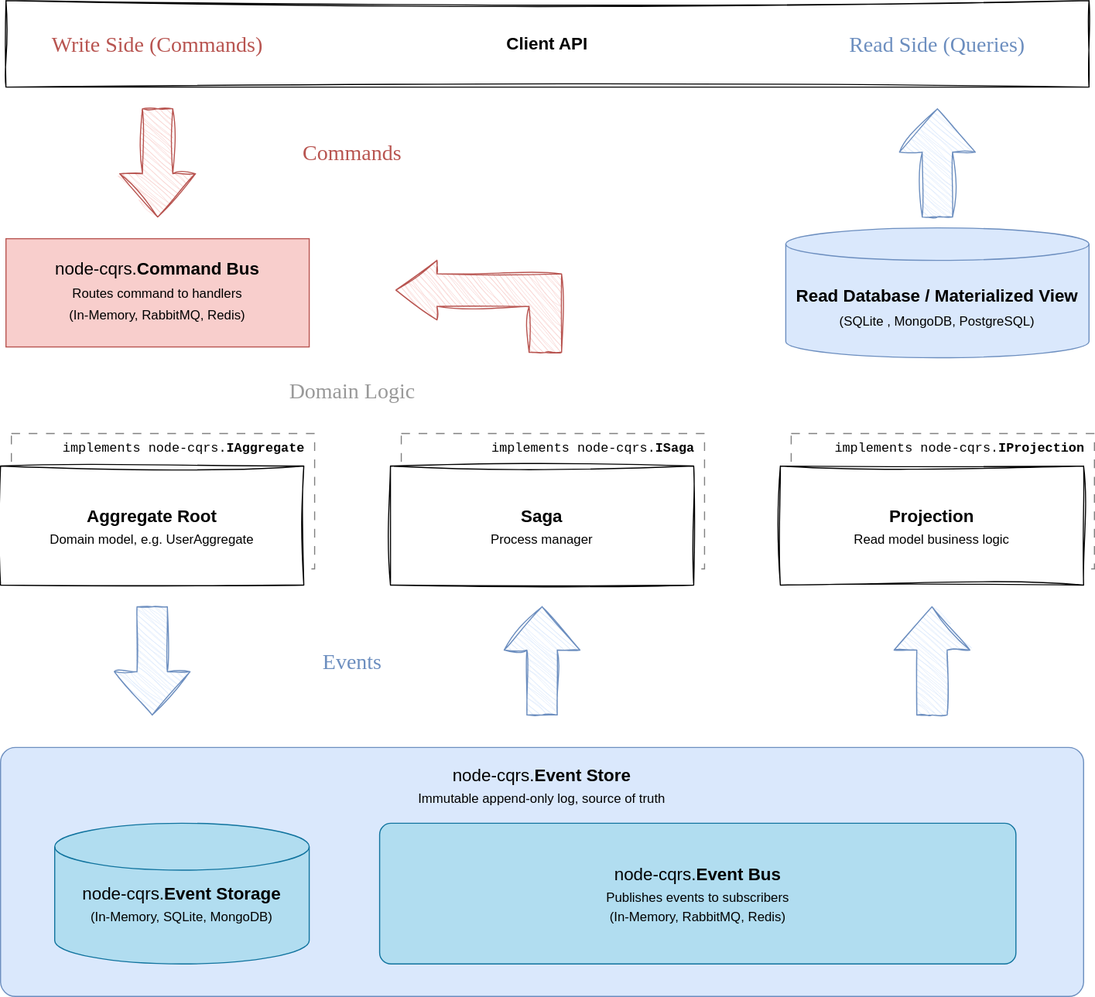
This is docs/images/node-cqrs-flow.svg from snatalenko/node-cqrs, a draw.io export, as it was before one commit. Source tidied: cells renumbered, new cells last; positions are measured from the earlier drawing's top-left corner, leaving out a move shared by most shapes.
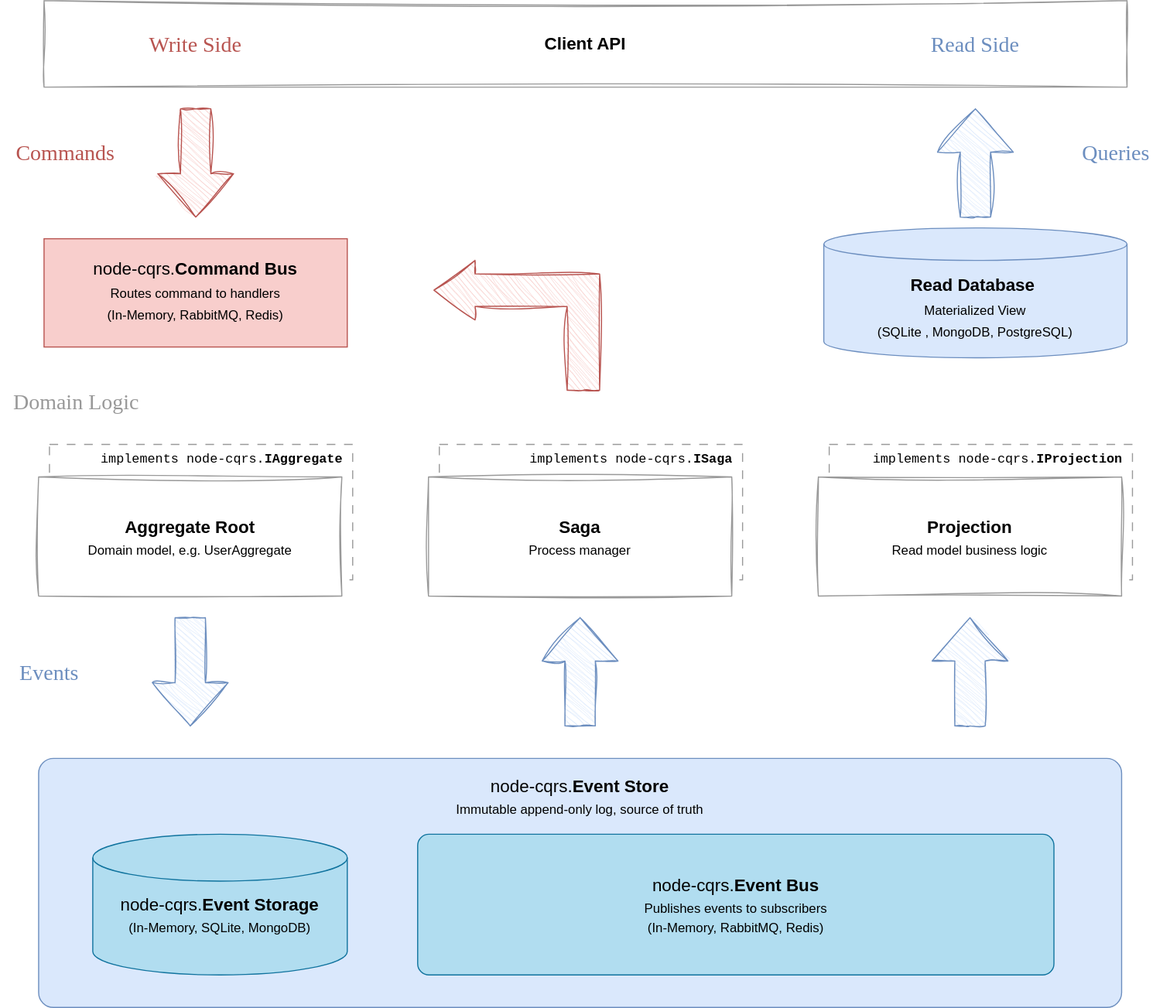
After the commit.

Commit message:
Docs: Add index.html for publishing with gh pages

Diff of the diagram source:
```diff
@@ -2,22 +2,22 @@
   <root>
     <mxCell id="0" />
     <mxCell id="1" parent="0" />
-    <mxCell id="2" value="&lt;div style=&quot;line-height: 150%;&quot;&gt;&lt;span style=&quot;background-color: transparent; color: light-dark(rgb(0, 0, 0), rgb(255, 255, 255));&quot;&gt;implements node-cqrs.&lt;b&gt;IProjection&lt;/b&gt;&lt;/span&gt;&lt;/div&gt;" style="rounded=0;whiteSpace=wrap;html=1;hachureGap=4;fontFamily=Courier New;spacingTop=0;spacingBottom=0;spacing=0;verticalAlign=top;align=right;spacingRight=9;dashed=1;dashPattern=8 8;strokeColor=#808080;fontSize=12;" parent="1" vertex="1">
+    <mxCell id="2" value="&lt;div style=&quot;line-height: 150%;&quot;&gt;&lt;span style=&quot;background-color: transparent; color: light-dark(rgb(0, 0, 0), rgb(255, 255, 255));&quot;&gt;implements node-cqrs.&lt;b&gt;IProjection&lt;/b&gt;&lt;/span&gt;&lt;/div&gt;" style="rounded=0;whiteSpace=wrap;html=1;hachureGap=4;fontFamily=Courier New;spacingTop=0;spacingBottom=0;spacing=0;verticalAlign=top;align=right;spacingRight=9;dashed=1;dashPattern=8 8;strokeColor=#999999;fontSize=12;" parent="1" vertex="1">
       <mxGeometry x="730" y="400" width="280" height="125" as="geometry" />
     </mxCell>
-    <mxCell id="3" value="&lt;div style=&quot;line-height: 150%;&quot;&gt;&lt;span style=&quot;background-color: transparent; color: light-dark(rgb(0, 0, 0), rgb(255, 255, 255));&quot;&gt;implements node-cqrs.&lt;b&gt;ISaga&lt;/b&gt;&lt;/span&gt;&lt;/div&gt;" style="rounded=0;whiteSpace=wrap;html=1;hachureGap=4;fontFamily=Courier New;spacingTop=0;spacingBottom=0;spacing=0;verticalAlign=top;align=right;spacingRight=9;dashed=1;dashPattern=8 8;strokeColor=#808080;fontSize=12;" parent="1" vertex="1">
+    <mxCell id="3" value="&lt;div style=&quot;line-height: 150%;&quot;&gt;&lt;span style=&quot;background-color: transparent; color: light-dark(rgb(0, 0, 0), rgb(255, 255, 255));&quot;&gt;implements node-cqrs.&lt;b&gt;ISaga&lt;/b&gt;&lt;/span&gt;&lt;/div&gt;" style="rounded=0;whiteSpace=wrap;html=1;hachureGap=4;fontFamily=Courier New;spacingTop=0;spacingBottom=0;spacing=0;verticalAlign=top;align=right;spacingRight=9;dashed=1;dashPattern=8 8;strokeColor=#999999;fontSize=12;" parent="1" vertex="1">
       <mxGeometry x="370" y="400" width="280" height="125" as="geometry" />
     </mxCell>
-    <mxCell id="4" value="&lt;div style=&quot;line-height: 150%;&quot;&gt;&lt;span style=&quot;background-color: transparent; color: light-dark(rgb(0, 0, 0), rgb(255, 255, 255));&quot;&gt;implements node-cqrs.&lt;b&gt;IAggregate&lt;/b&gt;&lt;/span&gt;&lt;/div&gt;" style="rounded=0;whiteSpace=wrap;html=1;hachureGap=4;fontFamily=Courier New;spacingTop=0;spacingBottom=0;spacing=0;verticalAlign=top;align=right;spacingRight=9;dashed=1;dashPattern=8 8;strokeColor=#808080;fontSize=12;" parent="1" vertex="1">
+    <mxCell id="4" value="&lt;div style=&quot;line-height: 150%;&quot;&gt;&lt;span style=&quot;background-color: transparent; color: light-dark(rgb(0, 0, 0), rgb(255, 255, 255));&quot;&gt;implements node-cqrs.&lt;b&gt;IAggregate&lt;/b&gt;&lt;/span&gt;&lt;/div&gt;" style="rounded=0;whiteSpace=wrap;html=1;hachureGap=4;fontFamily=Courier New;spacingTop=0;spacingBottom=0;spacing=0;verticalAlign=top;align=right;spacingRight=9;dashed=1;dashPattern=8 8;strokeColor=#999999;fontSize=12;" parent="1" vertex="1">
       <mxGeometry x="10" y="400" width="280" height="125" as="geometry" />
     </mxCell>
-    <mxCell id="5" value="Client API" style="rounded=0;whiteSpace=wrap;html=1;hachureGap=4;fontFamily=Helvetica;fontSize=16;fontStyle=1;spacingTop=0;spacingBottom=0;spacing=10;sketch=1;curveFitting=1;jiggle=2;" parent="1" vertex="1">
-      <mxGeometry x="5" width="1000" height="80" as="geometry" />
+    <mxCell id="5" value="Client API" style="rounded=0;whiteSpace=wrap;html=1;hachureGap=4;fontFamily=Helvetica;fontSize=16;fontStyle=1;spacingTop=0;spacingBottom=0;spacing=10;sketch=1;curveFitting=1;jiggle=2;strokeColor=#999999;" parent="1" vertex="1">
+      <mxGeometry x="5" y="-10" width="1000" height="80" as="geometry" />
     </mxCell>
     <mxCell id="6" value="&lt;div style=&quot;line-height: 170%;&quot;&gt;&lt;span style=&quot;font-size: 16px; background-color: transparent; color: light-dark(rgb(0, 0, 0), rgb(255, 255, 255));&quot;&gt;node-cqrs.&lt;/span&gt;&lt;b style=&quot;font-size: 16px; background-color: transparent; color: light-dark(rgb(0, 0, 0), rgb(255, 255, 255));&quot;&gt;Command Bus&lt;/b&gt;&lt;/div&gt;&lt;div style=&quot;line-height: 170%;&quot;&gt;&lt;div&gt;Routes command to handlers&lt;/div&gt;&lt;div&gt;(In-Memory, RabbitMQ, Redis)&lt;/div&gt;&lt;/div&gt;" style="rounded=0;whiteSpace=wrap;html=1;hachureGap=4;fontFamily=Helvetica;spacingTop=0;spacingBottom=0;spacing=10;fillColor=#f8cecc;strokeColor=#b85450;" parent="1" vertex="1">
-      <mxGeometry x="5" y="220" width="280" height="100" as="geometry" />
+      <mxGeometry x="5" y="210" width="280" height="100" as="geometry" />
     </mxCell>
-    <mxCell id="7" value="&lt;div style=&quot;line-height: 150%;&quot;&gt;&lt;b&gt;&lt;font style=&quot;font-size: 16px; line-height: 150%;&quot;&gt;Aggregate Root&lt;/font&gt;&lt;/b&gt;&lt;/div&gt;&lt;div style=&quot;line-height: 150%;&quot;&gt;Domain model, e.g. UserAggregate&lt;/div&gt;" style="rounded=0;whiteSpace=wrap;html=1;hachureGap=4;fontFamily=Helvetica;spacingTop=0;spacingBottom=0;spacing=10;sketch=1;curveFitting=1;jiggle=2;" parent="1" vertex="1">
+    <mxCell id="7" value="&lt;div style=&quot;line-height: 150%;&quot;&gt;&lt;b&gt;&lt;font style=&quot;font-size: 16px; line-height: 150%;&quot;&gt;Aggregate Root&lt;/font&gt;&lt;/b&gt;&lt;/div&gt;&lt;div style=&quot;line-height: 150%;&quot;&gt;Domain model, e.g. UserAggregate&lt;/div&gt;" style="rounded=0;whiteSpace=wrap;html=1;hachureGap=4;fontFamily=Helvetica;spacingTop=0;spacingBottom=0;spacing=10;sketch=1;curveFitting=1;jiggle=2;strokeColor=#999999;" parent="1" vertex="1">
       <mxGeometry y="430" width="280" height="110" as="geometry" />
     </mxCell>
     <mxCell id="8" value="&lt;div style=&quot;line-height: 150%;&quot;&gt;&lt;font style=&quot;font-size: 16px; line-height: 150%;&quot;&gt;node-cqrs.&lt;b&gt;Event Store&lt;/b&gt;&lt;/font&gt;&lt;div&gt;&lt;span style=&quot;background-color: transparent; color: light-dark(rgb(0, 0, 0), rgb(255, 255, 255));&quot;&gt;Immutable append-only log,&amp;nbsp;&lt;/span&gt;&lt;span style=&quot;background-color: transparent; color: light-dark(rgb(0, 0, 0), rgb(255, 255, 255));&quot;&gt;source of truth&lt;/span&gt;&lt;/div&gt;&lt;/div&gt;" style="rounded=1;whiteSpace=wrap;html=1;hachureGap=4;fontFamily=Helvetica;verticalAlign=top;spacingTop=0;spacingBottom=0;spacing=10;fillColor=#dae8fc;strokeColor=#6c8ebf;shadow=0;arcSize=6;" parent="1" vertex="1">
@@ -25,23 +25,23 @@
     </mxCell>
     <mxCell id="9" style="edgeStyle=orthogonalEdgeStyle;rounded=0;hachureGap=4;orthogonalLoop=1;jettySize=auto;html=1;exitX=1;exitY=0.5;exitDx=0;exitDy=0;exitPerimeter=0;fontFamily=Helvetica;spacingTop=0;spacingBottom=0;spacing=10;" parent="1" edge="1">
       <mxGeometry relative="1" as="geometry">
-        <mxPoint x="145" y="227.5" as="sourcePoint" />
-        <mxPoint x="145" y="227.5" as="targetPoint" />
+        <mxPoint x="145" y="217.5" as="sourcePoint" />
+        <mxPoint x="145" y="217.5" as="targetPoint" />
       </mxGeometry>
     </mxCell>
     <mxCell id="10" style="edgeStyle=orthogonalEdgeStyle;rounded=0;hachureGap=4;orthogonalLoop=1;jettySize=auto;html=1;exitX=1;exitY=0.5;exitDx=0;exitDy=0;exitPerimeter=0;fontFamily=Helvetica;spacingTop=0;spacingBottom=0;spacing=10;" parent="1" edge="1">
       <mxGeometry relative="1" as="geometry">
-        <mxPoint x="145" y="227.5" as="sourcePoint" />
-        <mxPoint x="145" y="227.5" as="targetPoint" />
+        <mxPoint x="145" y="217.5" as="sourcePoint" />
+        <mxPoint x="145" y="217.5" as="targetPoint" />
       </mxGeometry>
     </mxCell>
-    <mxCell id="11" value="&lt;div style=&quot;line-height: 150%;&quot;&gt;&lt;font style=&quot;font-size: 16px; line-height: 150%;&quot;&gt;&lt;b&gt;Projection&lt;/b&gt;&lt;/font&gt;&lt;div&gt;Read model business logic&lt;/div&gt;&lt;/div&gt;" style="rounded=0;whiteSpace=wrap;html=1;hachureGap=4;fontFamily=Helvetica;spacingTop=0;spacingBottom=0;spacing=10;glass=0;sketch=1;curveFitting=1;jiggle=2;" parent="1" vertex="1">
+    <mxCell id="11" value="&lt;div style=&quot;line-height: 150%;&quot;&gt;&lt;font style=&quot;font-size: 16px; line-height: 150%;&quot;&gt;&lt;b&gt;Projection&lt;/b&gt;&lt;/font&gt;&lt;div&gt;Read model business logic&lt;/div&gt;&lt;/div&gt;" style="rounded=0;whiteSpace=wrap;html=1;hachureGap=4;fontFamily=Helvetica;spacingTop=0;spacingBottom=0;spacing=10;glass=0;sketch=1;curveFitting=1;jiggle=2;strokeColor=#999999;" parent="1" vertex="1">
       <mxGeometry x="720" y="430" width="280" height="110" as="geometry" />
     </mxCell>
-    <mxCell id="12" value="&lt;div style=&quot;line-height: 170%;&quot;&gt;&lt;font style=&quot;font-size: 16px; line-height: 170%;&quot;&gt;&lt;b&gt;Read Database / Materialized View&lt;/b&gt;&lt;/font&gt;&lt;div&gt;&lt;span style=&quot;background-color: transparent; color: light-dark(rgb(0, 0, 0), rgb(255, 255, 255));&quot;&gt;(&lt;/span&gt;&lt;span style=&quot;background-color: transparent; color: light-dark(rgb(0, 0, 0), rgb(255, 255, 255));&quot;&gt;SQLite ,&amp;nbsp;&lt;/span&gt;&lt;span style=&quot;background-color: transparent; color: light-dark(rgb(0, 0, 0), rgb(255, 255, 255));&quot;&gt;MongoDB, PostgreSQL)&lt;/span&gt;&lt;/div&gt;&lt;/div&gt;" style="shape=cylinder3;whiteSpace=wrap;html=1;boundedLbl=1;backgroundOutline=1;size=15;hachureGap=4;fontFamily=Helvetica;spacingTop=0;spacingBottom=0;spacing=10;fillColor=#dae8fc;strokeColor=#6c8ebf;" parent="1" vertex="1">
-      <mxGeometry x="725" y="210" width="280" height="120" as="geometry" />
+    <mxCell id="12" value="&lt;div style=&quot;line-height: 170%;&quot;&gt;&lt;font style=&quot;font-size: 16px; line-height: 170%;&quot;&gt;&lt;b&gt;Read Database&amp;nbsp;&lt;/b&gt;&lt;/font&gt;&lt;/div&gt;&lt;div style=&quot;line-height: 170%;&quot;&gt;&lt;font style=&quot;line-height: 170%;&quot;&gt;Materialized View&lt;/font&gt;&lt;div&gt;&lt;span style=&quot;background-color: transparent; color: light-dark(rgb(0, 0, 0), rgb(255, 255, 255));&quot;&gt;(&lt;/span&gt;&lt;span style=&quot;background-color: transparent; color: light-dark(rgb(0, 0, 0), rgb(255, 255, 255));&quot;&gt;SQLite ,&amp;nbsp;&lt;/span&gt;&lt;span style=&quot;background-color: transparent; color: light-dark(rgb(0, 0, 0), rgb(255, 255, 255));&quot;&gt;MongoDB, PostgreSQL)&lt;/span&gt;&lt;/div&gt;&lt;/div&gt;" style="shape=cylinder3;whiteSpace=wrap;html=1;boundedLbl=1;backgroundOutline=1;size=15;hachureGap=4;fontFamily=Helvetica;spacingTop=0;spacingBottom=0;spacing=10;fillColor=#dae8fc;strokeColor=#6c8ebf;" parent="1" vertex="1">
+      <mxGeometry x="725" y="200" width="280" height="120" as="geometry" />
     </mxCell>
-    <mxCell id="13" value="&lt;div style=&quot;line-height: 150%;&quot;&gt;&lt;font style=&quot;font-size: 16px; line-height: 150%;&quot;&gt;&lt;b&gt;Saga&lt;/b&gt;&lt;/font&gt;&lt;div&gt;&lt;font&gt;Process manager&lt;/font&gt;&lt;/div&gt;&lt;/div&gt;" style="rounded=0;whiteSpace=wrap;html=1;hachureGap=4;fontFamily=Helvetica;spacingTop=0;spacingBottom=0;spacing=10;sketch=1;curveFitting=1;jiggle=2;" parent="1" vertex="1">
+    <mxCell id="13" value="&lt;div style=&quot;line-height: 150%;&quot;&gt;&lt;font style=&quot;font-size: 16px; line-height: 150%;&quot;&gt;&lt;b&gt;Saga&lt;/b&gt;&lt;/font&gt;&lt;div&gt;&lt;font&gt;Process manager&lt;/font&gt;&lt;/div&gt;&lt;/div&gt;" style="rounded=0;whiteSpace=wrap;html=1;hachureGap=4;fontFamily=Helvetica;spacingTop=0;spacingBottom=0;spacing=10;sketch=1;curveFitting=1;jiggle=2;strokeColor=#999999;" parent="1" vertex="1">
       <mxGeometry x="360" y="430" width="280" height="110" as="geometry" />
     </mxCell>
     <mxCell id="14" value="&lt;div style=&quot;line-height: 150%;&quot;&gt;&lt;div&gt;&lt;b&gt;&lt;font&gt;&lt;br&gt;&lt;/font&gt;&lt;/b&gt;&lt;/div&gt;&lt;font style=&quot;font-size: 16px; line-height: 150%;&quot;&gt;node-cqrs.&lt;b&gt;Event Storage&lt;/b&gt;&lt;br&gt;&lt;/font&gt;&lt;div&gt;(In-Memory, SQLite, MongoDB)&lt;/div&gt;&lt;/div&gt;" style="strokeWidth=1;html=1;shape=mxgraph.flowchart.database;whiteSpace=wrap;hachureGap=4;fontFamily=Helvetica;autosizeText=0;fontSize=12;spacingTop=0;spacingBottom=0;spacing=10;fillColor=#b1ddf0;strokeColor=#10739e;" parent="1" vertex="1">
@@ -51,13 +51,13 @@
       <mxGeometry x="350" y="760" width="587.5" height="130" as="geometry" />
     </mxCell>
     <mxCell id="16" style="html=1;shadow=0;dashed=0;align=center;verticalAlign=middle;shape=mxgraph.arrows2.bendArrow;dy=15;dx=38;notch=0;arrowHead=55;rounded=0;hachureGap=4;fontFamily=Helvetica;flipH=1;legacyAnchorPoints=0;strokeWidth=1;spacingTop=0;spacingBottom=0;spacing=10;fillColor=#f8cecc;strokeColor=#b85450;sketch=1;curveFitting=1;jiggle=2;" parent="1" vertex="1">
-      <mxGeometry x="365" y="240" width="153" height="85" as="geometry" />
+      <mxGeometry x="365" y="230" width="153" height="120" as="geometry" />
     </mxCell>
     <mxCell id="17" style="html=1;shadow=0;dashed=0;align=center;verticalAlign=middle;shape=mxgraph.arrows2.arrow;dy=0.6;dx=40;direction=south;notch=0;hachureGap=4;fontFamily=Helvetica;fillColor=#dae8fc;strokeColor=#6c8ebf;sketch=1;curveFitting=1;jiggle=2;" parent="1" vertex="1">
       <mxGeometry x="105" y="560" width="70" height="100" as="geometry" />
     </mxCell>
     <mxCell id="18" style="html=1;shadow=0;dashed=0;align=center;verticalAlign=middle;shape=mxgraph.arrows2.arrow;dy=0.6;dx=40;direction=south;notch=0;hachureGap=4;fontFamily=Helvetica;fillColor=#f8cecc;strokeColor=#b85450;sketch=1;curveFitting=1;jiggle=2;" parent="1" vertex="1">
-      <mxGeometry x="110" y="100" width="70" height="100" as="geometry" />
+      <mxGeometry x="110" y="90" width="70" height="100" as="geometry" />
     </mxCell>
     <mxCell id="19" style="html=1;shadow=0;dashed=0;align=center;verticalAlign=middle;shape=mxgraph.arrows2.arrow;dy=0.6;dx=40;direction=north;notch=0;hachureGap=4;fontFamily=Architects Daughter;fontSource=https%3A%2F%2Ffonts.googleapis.com%2Fcss%3Ffamily%3DArchitects%2BDaughter;fillColor=#dae8fc;strokeColor=#6c8ebf;sketch=1;curveFitting=1;jiggle=2;" parent="1" vertex="1">
       <mxGeometry x="465" y="560" width="70" height="100" as="geometry" />
@@ -66,22 +66,25 @@
       <mxGeometry x="825" y="560" width="70" height="100" as="geometry" />
     </mxCell>
     <mxCell id="21" style="html=1;shadow=0;dashed=0;align=center;verticalAlign=middle;shape=mxgraph.arrows2.arrow;dy=0.6;dx=40;direction=north;notch=0;hachureGap=4;fontFamily=Architects Daughter;fontSource=https%3A%2F%2Ffonts.googleapis.com%2Fcss%3Ffamily%3DArchitects%2BDaughter;fillColor=#dae8fc;strokeColor=#6c8ebf;sketch=1;curveFitting=1;jiggle=2;" parent="1" vertex="1">
-      <mxGeometry x="830" y="100" width="70" height="100" as="geometry" />
+      <mxGeometry x="830" y="90" width="70" height="100" as="geometry" />
     </mxCell>
-    <mxCell id="22" value="Write Side&amp;nbsp;&lt;span style=&quot;background-color: transparent;&quot;&gt;(Commands)&lt;/span&gt;" style="text;html=1;whiteSpace=wrap;strokeColor=none;fillColor=none;align=center;verticalAlign=middle;rounded=0;fontFamily=Comic Sans MS;fontSize=20;fontColor=#B85450;fontStyle=0;" parent="1" vertex="1">
-      <mxGeometry x="25" y="20" width="240" height="40" as="geometry" />
+    <mxCell id="22" value="Write Side" style="text;html=1;whiteSpace=wrap;strokeColor=none;fillColor=none;align=center;verticalAlign=middle;rounded=0;fontFamily=Comic Sans MS;fontSize=20;fontColor=#B85450;fontStyle=0;" parent="1" vertex="1">
+      <mxGeometry x="80" y="10" width="130" height="40" as="geometry" />
     </mxCell>
-    <mxCell id="23" value="Read Side&amp;nbsp;&lt;span style=&quot;background-color: transparent; color: light-dark(rgb(108, 142, 191), rgb(92, 121, 163));&quot;&gt;(Queries)&lt;/span&gt;" style="text;html=1;whiteSpace=wrap;strokeColor=none;fillColor=none;align=center;verticalAlign=middle;rounded=0;fontFamily=Comic Sans MS;fontSize=20;fontColor=#6C8EBF;fontStyle=0;" parent="1" vertex="1">
-      <mxGeometry x="760" y="20" width="210" height="40" as="geometry" />
+    <mxCell id="23" value="Read Side" style="text;html=1;whiteSpace=wrap;strokeColor=none;fillColor=none;align=center;verticalAlign=middle;rounded=0;fontFamily=Comic Sans MS;fontSize=20;fontColor=#6C8EBF;fontStyle=0;" parent="1" vertex="1">
+      <mxGeometry x="805" y="10" width="120" height="40" as="geometry" />
     </mxCell>
     <mxCell id="24" value="Events" style="text;html=1;whiteSpace=wrap;strokeColor=none;fillColor=none;align=center;verticalAlign=middle;rounded=0;fontFamily=Comic Sans MS;fontSize=20;fontColor=#6C8EBF;fontStyle=0;" parent="1" vertex="1">
-      <mxGeometry x="280" y="590" width="90" height="40" as="geometry" />
+      <mxGeometry x="-35" y="590" width="90" height="40" as="geometry" />
     </mxCell>
     <mxCell id="25" value="Domain Logic" style="text;html=1;whiteSpace=wrap;strokeColor=none;fillColor=none;align=center;verticalAlign=middle;rounded=0;fontFamily=Comic Sans MS;fontSize=20;fontColor=#999999;fontStyle=0;" parent="1" vertex="1">
-      <mxGeometry x="255" y="340" width="140" height="40" as="geometry" />
+      <mxGeometry x="-35" y="340" width="140" height="40" as="geometry" />
     </mxCell>
     <mxCell id="26" value="Commands" style="text;html=1;whiteSpace=wrap;strokeColor=none;fillColor=none;align=center;verticalAlign=middle;rounded=0;fontFamily=Comic Sans MS;fontSize=20;fontColor=#B85450;fontStyle=0;" parent="1" vertex="1">
-      <mxGeometry x="265" y="120" width="120" height="40" as="geometry" />
+      <mxGeometry x="-35" y="110" width="120" height="40" as="geometry" />
     </mxCell>
+    <mxCell id="27" value="&lt;span style=&quot;background-color: transparent; color: light-dark(rgb(108, 142, 191), rgb(92, 121, 163));&quot;&gt;Queries&lt;/span&gt;" style="text;html=1;whiteSpace=wrap;strokeColor=none;fillColor=none;align=center;verticalAlign=middle;rounded=0;fontFamily=Comic Sans MS;fontSize=20;fontColor=#6C8EBF;fontStyle=0;" parent="1" vertex="1">
+      <mxGeometry x="945" y="110" width="100" height="40" as="geometry" />
+    </mxCell>
   </root>
 </mxGraphModel>
```
